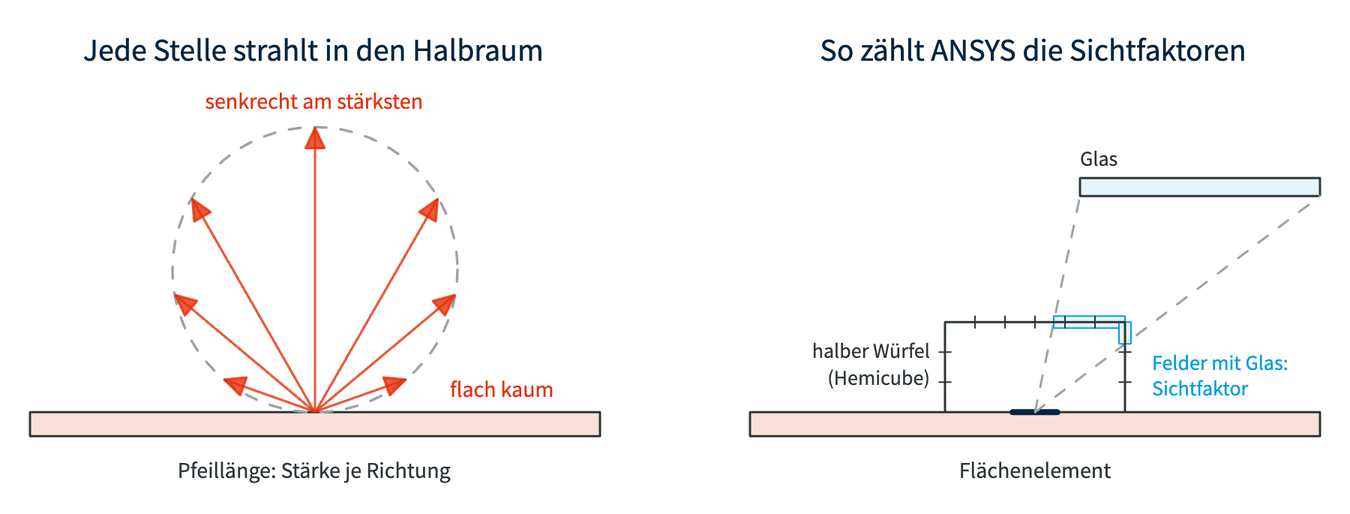
prof-schoenfelder-lab/Thermische-Analyse keeps this Excalidraw diagram as docs/P2_Randbedingungen/images/p2_halbraum.excalidraw.png. Above is the earlier version. Source tidied: one line per element, renumbered; positions are measured from the earlier drawing's top-left corner, leaving out a move shared by most shapes.
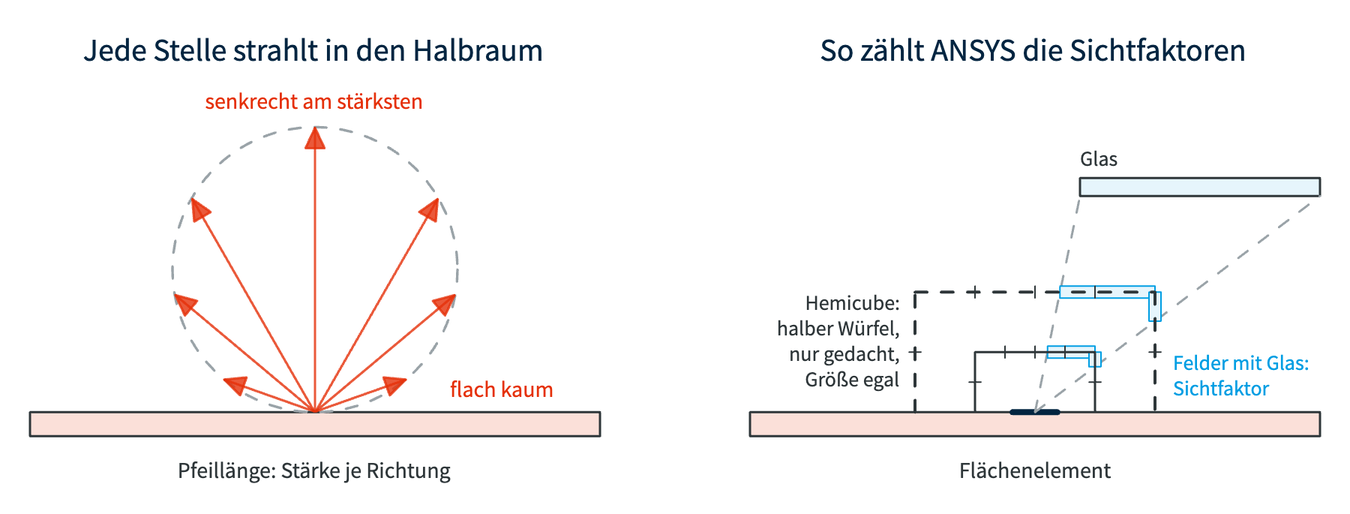
The same diagram one commit later.

What changed in the source:
```diff
@@ -1,37 +1,43 @@
 {"id": 0, "type": "text", "text": "Jede Stelle strahlt in den Halbraum", "strokeColor": "#022541", "strokeWidth": 2, "roughness": 0, "fontSize": 21, "fontFamily": 4, "x": 35, "y": 0, "width": 307, "height": 26}
-{"id": 1, "type": "rectangle", "strokeColor": "#2E3639", "backgroundColor": "#fbe0d9", "fillStyle": "solid", "strokeWidth": 1.5, "roughness": 0, "x": 0, "y": 255, "width": 380, "height": 16}
-{"id": 2, "type": "ellipse", "strokeColor": "#9aa3a8", "strokeWidth": 1.2, "strokeStyle": "dashed", "roughness": 0, "x": 95, "y": 65, "width": 190, "height": 190}
-{"id": 3, "type": "arrow", "strokeColor": "#E53009", "strokeWidth": 1.6, "roughness": 0, "opacity": 80, "endArrowhead": "triangle", "x": 190, "y": 254, "width": 61, "height": 22, "points": [[0, 0], [60, -21]]}
-{"id": 4, "type": "arrow", "strokeColor": "#E53009", "strokeWidth": 1.6, "roughness": 0, "opacity": 80, "endArrowhead": "triangle", "x": 190, "y": 254, "width": 94, "height": 79, "points": [[0, 0], [93, -78]]}
-{"id": 5, "type": "arrow", "strokeColor": "#E53009", "strokeWidth": 1.6, "roughness": 0, "opacity": 80, "endArrowhead": "triangle", "x": 190, "y": 254, "width": 82, "height": 142, "points": [[0, 0], [81, -141]]}
-{"id": 6, "type": "arrow", "strokeColor": "#E53009", "strokeWidth": 1.6, "roughness": 0, "opacity": 80, "endArrowhead": "triangle", "x": 190, "y": 254, "width": 0, "height": 190, "points": [[0, 0], [0, -189]]}
-{"id": 7, "type": "arrow", "strokeColor": "#E53009", "strokeWidth": 1.6, "roughness": 0, "opacity": 80, "endArrowhead": "triangle", "x": 190, "y": 254, "width": 82, "height": 143, "points": [[0, 0], [-81, -142]]}
-{"id": 8, "type": "arrow", "strokeColor": "#E53009", "strokeWidth": 1.6, "roughness": 0, "opacity": 80, "endArrowhead": "triangle", "x": 190, "y": 254, "width": 94, "height": 79, "points": [[0, 0], [-93, -78]]}
-{"id": 9, "type": "arrow", "strokeColor": "#E53009", "strokeWidth": 1.6, "roughness": 0, "opacity": 80, "endArrowhead": "triangle", "x": 190, "y": 254, "width": 61, "height": 22, "points": [[0, 0], [-60, -21]]}
+{"id": 37, "type": "rectangle", "strokeColor": "#2E3639", "backgroundColor": "#fbe0d9", "fillStyle": "solid", "strokeWidth": 1.5, "roughness": 0, "x": 0, "y": 255, "width": 380, "height": 16}
+{"id": 38, "type": "ellipse", "strokeColor": "#9aa3a8", "strokeWidth": 1.2, "strokeStyle": "dashed", "roughness": 0, "x": 95, "y": 65, "width": 190, "height": 190}
+{"id": 39, "type": "arrow", "strokeColor": "#E53009", "strokeWidth": 1.6, "roughness": 0, "opacity": 80, "endArrowhead": "triangle", "x": 190, "y": 254, "width": 61, "height": 22, "points": [[0, 0], [60, -21]]}
+{"id": 40, "type": "arrow", "strokeColor": "#E53009", "strokeWidth": 1.6, "roughness": 0, "opacity": 80, "endArrowhead": "triangle", "x": 190, "y": 254, "width": 94, "height": 79, "points": [[0, 0], [93, -78]]}
+{"id": 41, "type": "arrow", "strokeColor": "#E53009", "strokeWidth": 1.6, "roughness": 0, "opacity": 80, "endArrowhead": "triangle", "x": 190, "y": 254, "width": 82, "height": 142, "points": [[0, 0], [81, -141]]}
+{"id": 42, "type": "arrow", "strokeColor": "#E53009", "strokeWidth": 1.6, "roughness": 0, "opacity": 80, "endArrowhead": "triangle", "x": 190, "y": 254, "width": 0, "height": 190, "points": [[0, 0], [0, -189]]}
+{"id": 43, "type": "arrow", "strokeColor": "#E53009", "strokeWidth": 1.6, "roughness": 0, "opacity": 80, "endArrowhead": "triangle", "x": 190, "y": 254, "width": 82, "height": 143, "points": [[0, 0], [-81, -142]]}
+{"id": 44, "type": "arrow", "strokeColor": "#E53009", "strokeWidth": 1.6, "roughness": 0, "opacity": 80, "endArrowhead": "triangle", "x": 190, "y": 254, "width": 94, "height": 79, "points": [[0, 0], [-93, -78]]}
+{"id": 45, "type": "arrow", "strokeColor": "#E53009", "strokeWidth": 1.6, "roughness": 0, "opacity": 80, "endArrowhead": "triangle", "x": 190, "y": 254, "width": 61, "height": 22, "points": [[0, 0], [-60, -21]]}
 {"id": 10, "type": "text", "text": "senkrecht am stärksten", "strokeColor": "#E53009", "strokeWidth": 2, "roughness": 0, "fontSize": 15, "fontFamily": 4, "x": 117, "y": 38, "width": 145, "height": 19}
 {"id": 11, "type": "text", "text": "flach kaum", "strokeColor": "#E53009", "strokeWidth": 2, "roughness": 0, "fontSize": 15, "fontFamily": 4, "x": 280, "y": 230, "width": 69, "height": 19}
 {"id": 12, "type": "text", "text": "Pfeillänge: Stärke je Richtung", "strokeColor": "#2E3639", "strokeWidth": 2, "roughness": 0, "fontSize": 15, "fontFamily": 4, "x": 98, "y": 284, "width": 182, "height": 19}
 {"id": 13, "type": "text", "text": "So zählt ANSYS die Sichtfaktoren", "strokeColor": "#022541", "strokeWidth": 2, "roughness": 0, "fontSize": 21, "fontFamily": 4, "x": 527, "y": 0, "width": 284, "height": 26}
-{"id": 14, "type": "rectangle", "strokeColor": "#2E3639", "backgroundColor": "#fbe0d9", "fillStyle": "solid", "strokeWidth": 1.5, "roughness": 0, "x": 480, "y": 255, "width": 380, "height": 16}
-{"id": 15, "type": "line", "strokeColor": "#022541", "strokeWidth": 4, "roughness": 0, "x": 655, "y": 255, "width": 100, "height": 0, "points": [[0, 0], [30, 0]]}
+{"id": 46, "type": "rectangle", "strokeColor": "#2E3639", "backgroundColor": "#fbe0d9", "fillStyle": "solid", "strokeWidth": 1.5, "roughness": 0, "x": 480, "y": 255, "width": 380, "height": 16}
+{"id": 47, "type": "line", "strokeColor": "#022541", "strokeWidth": 4, "roughness": 0, "x": 655, "y": 255, "width": 100, "height": 0, "points": [[0, 0], [30, 0]]}
 {"id": 16, "type": "text", "text": "Flächenelement", "strokeColor": "#2E3639", "strokeWidth": 2, "roughness": 0, "fontSize": 15, "fontFamily": 4, "x": 619, "y": 284, "width": 101, "height": 19}
-{"id": 17, "type": "rectangle", "strokeColor": "#2E3639", "backgroundColor": "#e6f5fc", "fillStyle": "solid", "strokeWidth": 1.5, "roughness": 0, "x": 700, "y": 99, "width": 160, "height": 12}
+{"id": 48, "type": "rectangle", "strokeColor": "#2E3639", "backgroundColor": "#e6f5fc", "fillStyle": "solid", "strokeWidth": 1.5, "roughness": 0, "x": 700, "y": 99, "width": 160, "height": 12}
 {"id": 18, "type": "text", "text": "Glas", "strokeColor": "#2E3639", "strokeWidth": 2, "roughness": 0, "fontSize": 14, "fontFamily": 4, "x": 700, "y": 77, "width": 25, "height": 18}
-{"id": 19, "type": "line", "strokeColor": "#9aa3a8", "strokeWidth": 1, "strokeStyle": "dashed", "roughness": 0, "x": 670, "y": 255, "width": 100, "height": 0, "points": [[0, 0], [30, -144]]}
-{"id": 20, "type": "line", "strokeColor": "#9aa3a8", "strokeWidth": 1, "strokeStyle": "dashed", "roughness": 0, "x": 670, "y": 255, "width": 100, "height": 0, "points": [[0, 0], [190, -144]]}
-{"id": 21, "type": "rectangle", "strokeColor": "#009EE3", "backgroundColor": "#e6f5fc", "fillStyle": "solid", "strokeWidth": 1, "roughness": 0, "x": 682, "y": 191, "width": 48, "height": 8}
-{"id": 22, "type": "rectangle", "strokeColor": "#009EE3", "backgroundColor": "#e6f5fc", "fillStyle": "solid", "strokeWidth": 1, "roughness": 0, "x": 726, "y": 195, "width": 8, "height": 14}
-{"id": 23, "type": "line", "strokeColor": "#2E3639", "strokeWidth": 1.5, "roughness": 0, "x": 610, "y": 255, "width": 100, "height": 0, "points": [[0, 0], [0, -60], [120, -60], [120, 0]]}
-{"id": 24, "type": "line", "strokeColor": "#2E3639", "strokeWidth": 1, "roughness": 0, "x": 630, "y": 191, "width": 100, "height": 0, "points": [[0, 0], [0, 8]]}
-{"id": 25, "type": "line", "strokeColor": "#2E3639", "strokeWidth": 1, "roughness": 0, "x": 650, "y": 191, "width": 100, "height": 0, "points": [[0, 0], [0, 8]]}
-{"id": 26, "type": "line", "strokeColor": "#2E3639", "strokeWidth": 1, "roughness": 0, "x": 670, "y": 191, "width": 100, "height": 0, "points": [[0, 0], [0, 8]]}
-{"id": 27, "type": "line", "strokeColor": "#2E3639", "strokeWidth": 1, "roughness": 0, "x": 690, "y": 191, "width": 100, "height": 0, "points": [[0, 0], [0, 8]]}
-{"id": 28, "type": "line", "strokeColor": "#2E3639", "strokeWidth": 1, "roughness": 0, "x": 710, "y": 191, "width": 100, "height": 0, "points": [[0, 0], [0, 8]]}
-{"id": 29, "type": "line", "strokeColor": "#2E3639", "strokeWidth": 1, "roughness": 0, "x": 606, "y": 215, "width": 100, "height": 0, "points": [[0, 0], [8, 0]]}
-{"id": 30, "type": "line", "strokeColor": "#2E3639", "strokeWidth": 1, "roughness": 0, "x": 726, "y": 215, "width": 100, "height": 0, "points": [[0, 0], [8, 0]]}
-{"id": 31, "type": "line", "strokeColor": "#2E3639", "strokeWidth": 1, "roughness": 0, "x": 606, "y": 235, "width": 100, "height": 0, "points": [[0, 0], [8, 0]]}
-{"id": 32, "type": "line", "strokeColor": "#2E3639", "strokeWidth": 1, "roughness": 0, "x": 726, "y": 235, "width": 100, "height": 0, "points": [[0, 0], [8, 0]]}
-{"id": 33, "type": "text", "text": "halber Würfel", "strokeColor": "#2E3639", "strokeWidth": 2, "roughness": 0, "fontSize": 14, "fontFamily": 4, "x": 521, "y": 205, "width": 79, "height": 18}
-{"id": 34, "type": "text", "text": "(Hemicube)", "strokeColor": "#2E3639", "strokeWidth": 2, "roughness": 0, "fontSize": 14, "fontFamily": 4, "x": 532, "y": 223, "width": 68, "height": 18}
+{"id": 49, "type": "line", "strokeColor": "#9aa3a8", "strokeWidth": 1, "strokeStyle": "dashed", "roughness": 0, "x": 670, "y": 255, "width": 100, "height": 0, "points": [[0, 0], [30, -144]]}
+{"id": 50, "type": "line", "strokeColor": "#9aa3a8", "strokeWidth": 1, "strokeStyle": "dashed", "roughness": 0, "x": 670, "y": 255, "width": 100, "height": 0, "points": [[0, 0], [190, -144]]}
+{"id": 51, "type": "rectangle", "strokeColor": "#009EE3", "backgroundColor": "#e6f5fc", "fillStyle": "solid", "strokeWidth": 1, "roughness": 0, "x": 678, "y": 211, "width": 32, "height": 8}
+{"id": 52, "type": "rectangle", "strokeColor": "#009EE3", "backgroundColor": "#e6f5fc", "fillStyle": "solid", "strokeWidth": 1, "roughness": 0, "x": 706, "y": 215, "width": 8, "height": 10}
+{"id": 53, "type": "line", "strokeColor": "#2E3639", "strokeWidth": 1.5, "roughness": 0, "x": 630, "y": 255, "width": 100, "height": 0, "points": [[0, 0], [0, -40], [80, -40], [80, 0]]}
+{"id": 54, "type": "line", "strokeColor": "#2E3639", "strokeWidth": 1, "roughness": 0, "x": 650, "y": 211, "width": 100, "height": 0, "points": [[0, 0], [0, 8]]}
+{"id": 55, "type": "line", "strokeColor": "#2E3639", "strokeWidth": 1, "roughness": 0, "x": 670, "y": 211, "width": 100, "height": 0, "points": [[0, 0], [0, 8]]}
+{"id": 56, "type": "line", "strokeColor": "#2E3639", "strokeWidth": 1, "roughness": 0, "x": 690, "y": 211, "width": 100, "height": 0, "points": [[0, 0], [0, 8]]}
+{"id": 57, "type": "line", "strokeColor": "#2E3639", "strokeWidth": 1, "roughness": 0, "x": 626, "y": 235, "width": 100, "height": 0, "points": [[0, 0], [8, 0]]}
+{"id": 58, "type": "line", "strokeColor": "#2E3639", "strokeWidth": 1, "roughness": 0, "x": 706, "y": 235, "width": 100, "height": 0, "points": [[0, 0], [8, 0]]}
+{"id": 59, "type": "rectangle", "strokeColor": "#009EE3", "backgroundColor": "#e6f5fc", "fillStyle": "solid", "strokeWidth": 1, "roughness": 0, "x": 687, "y": 171, "width": 63, "height": 8}
+{"id": 60, "type": "rectangle", "strokeColor": "#009EE3", "backgroundColor": "#e6f5fc", "fillStyle": "solid", "strokeWidth": 1, "roughness": 0, "x": 746, "y": 175, "width": 8, "height": 19}
+{"id": 61, "type": "line", "strokeColor": "#2E3639", "strokeWidth": 1.5, "strokeStyle": "dashed", "roughness": 0, "x": 590, "y": 255, "width": 100, "height": 0, "points": [[0, 0], [0, -80], [160, -80], [160, 0]]}
+{"id": 62, "type": "line", "strokeColor": "#2E3639", "strokeWidth": 1, "roughness": 0, "x": 630, "y": 171, "width": 100, "height": 0, "points": [[0, 0], [0, 8]]}
+{"id": 63, "type": "line", "strokeColor": "#2E3639", "strokeWidth": 1, "roughness": 0, "x": 670, "y": 171, "width": 100, "height": 0, "points": [[0, 0], [0, 8]]}
+{"id": 64, "type": "line", "strokeColor": "#2E3639", "strokeWidth": 1, "roughness": 0, "x": 710, "y": 171, "width": 100, "height": 0, "points": [[0, 0], [0, 8]]}
+{"id": 65, "type": "line", "strokeColor": "#2E3639", "strokeWidth": 1, "roughness": 0, "x": 586, "y": 215, "width": 100, "height": 0, "points": [[0, 0], [8, 0]]}
+{"id": 66, "type": "line", "strokeColor": "#2E3639", "strokeWidth": 1, "roughness": 0, "x": 746, "y": 215, "width": 100, "height": 0, "points": [[0, 0], [8, 0]]}
+{"id": 67, "type": "text", "text": "Hemicube:", "strokeColor": "#2E3639", "strokeWidth": 2, "roughness": 0, "fontSize": 14, "fontFamily": 4, "x": 517, "y": 173, "width": 63, "height": 18}
+{"id": 68, "type": "text", "text": "halber Würfel,", "strokeColor": "#2E3639", "strokeWidth": 2, "roughness": 0, "fontSize": 14, "fontFamily": 4, "x": 498, "y": 190, "width": 82, "height": 18}
+{"id": 69, "type": "text", "text": "nur gedacht,", "strokeColor": "#2E3639", "strokeWidth": 2, "roughness": 0, "fontSize": 14, "fontFamily": 4, "x": 506, "y": 207, "width": 74, "height": 18}
+{"id": 70, "type": "text", "text": "Größe egal", "strokeColor": "#2E3639", "strokeWidth": 2, "roughness": 0, "fontSize": 14, "fontFamily": 4, "x": 517, "y": 224, "width": 63, "height": 18}
-{"id": 35, "type": "text", "text": "Felder mit Glas:", "strokeColor": "#009EE3", "strokeWidth": 2, "roughness": 0, "fontSize": 14, "fontFamily": 4, "x": 748, "y": 213, "width": 91, "height": 18}
+{"id": 35, "type": "text", "text": "Felder mit Glas:", "strokeColor": "#009EE3", "strokeWidth": 2, "roughness": 0, "fontSize": 14, "fontFamily": 4, "x": 762, "y": 213, "width": 91, "height": 18}
-{"id": 36, "type": "text", "text": "Sichtfaktor", "strokeColor": "#009EE3", "strokeWidth": 2, "roughness": 0, "fontSize": 14, "fontFamily": 4, "x": 748, "y": 230, "width": 64, "height": 18}
+{"id": 36, "type": "text", "text": "Sichtfaktor", "strokeColor": "#009EE3", "strokeWidth": 2, "roughness": 0, "fontSize": 14, "fontFamily": 4, "x": 762, "y": 230, "width": 64, "height": 18}
```
